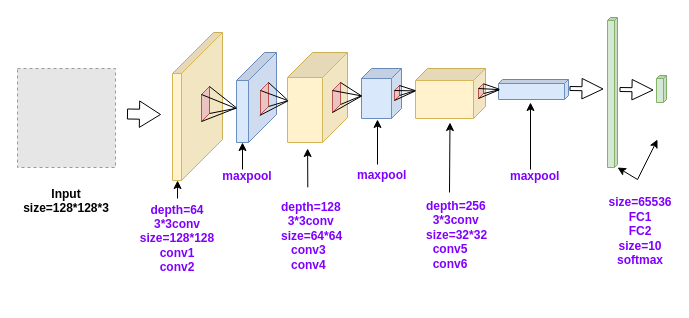
Above: cnn.drawio in ByronGe/ff (draw.io), before the change. Source tidied: cells renumbered, new cells numbered last; positions are measured from the earlier drawing's top-left corner, leaving out a move shared by most shapes. Both pictures are drawn from the tidied source at 100%, with x=0, y=0 at pixel (17, 17). Pictures stored in the file or linked from it are replaced by grey dashed boxes.
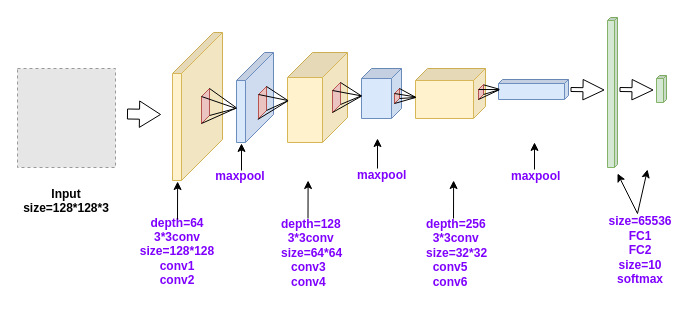
After the change.

The change refers to these unchanged cells:
```xml
<mxCell id="4" style="shape=cube;whiteSpace=wrap;html=1;boundedLbl=1;backgroundOutline=1;darkOpacity=0.05;darkOpacity2=0.1;fillColor=#fff2cc;strokeColor=#d6b656;size=25;direction=south;" parent="1" vertex="1">
  <mxGeometry x="270" y="35" width="60" height="90" as="geometry" />
</mxCell>
<mxCell id="6" style="shape=cube;whiteSpace=wrap;html=1;boundedLbl=1;backgroundOutline=1;darkOpacity=0.05;darkOpacity2=0.1;fillColor=#fff2cc;strokeColor=#d6b656;size=12;direction=south;" parent="1" vertex="1">
  <mxGeometry x="398" y="51" width="70" height="50" as="geometry" />
</mxCell>
```

What changed in the source:
```diff
@@
     <mxCell id="2" style="shape=cube;whiteSpace=wrap;html=1;boundedLbl=1;backgroundOutline=1;darkOpacity=0.05;darkOpacity2=0.1;fillColor=#dae8fc;strokeColor=#6c8ebf;size=28;direction=south;" parent="1" vertex="1">
-      <mxGeometry x="219" y="35" width="40" height="90" as="geometry" />
+      <mxGeometry x="219" y="35" width="37" height="90" as="geometry" />
     </mxCell>
@@
     <mxCell id="10" style="shape=cube;whiteSpace=wrap;html=1;boundedLbl=1;backgroundOutline=1;darkOpacity=0.05;darkOpacity2=0.1;fillColor=#f8cecc;strokeColor=#b85450;size=9;direction=south;" parent="1" vertex="1">
-      <mxGeometry x="184" y="69" width="8" height="35" as="geometry" />
+      <mxGeometry x="184" y="71" width="8" height="35" as="geometry" />
     </mxCell>
@@
     <mxCell id="15" style="shape=cube;whiteSpace=wrap;html=1;boundedLbl=1;backgroundOutline=1;darkOpacity=0.05;darkOpacity2=0.1;fillColor=#f8cecc;strokeColor=#b85450;size=9;direction=south;" parent="1" vertex="1">
-      <mxGeometry x="243" y="65" width="8" height="32" as="geometry" />
+      <mxGeometry x="241" y="69" width="8" height="32" as="geometry" />
     </mxCell>
-    <mxCell id="16" style="endArrow=none;html=1;exitX=0;exitY=0;exitDx=0;exitDy=0;exitPerimeter=0;entryX=0.523;entryY=1.008;entryDx=0;entryDy=0;entryPerimeter=0;" parent="1" edge="1" source="15" target="4">
+    <mxCell id="16" style="endArrow=none;html=1;exitX=0;exitY=0;exitDx=0;exitDy=0;exitPerimeter=0;entryX=0.534;entryY=0.993;entryDx=0;entryDy=0;entryPerimeter=0;" parent="1" edge="1" source="15" target="4">
       <mxGeometry relative="1" as="geometry" />
     </mxCell>
@@
     <mxCell id="25" style="shape=cube;whiteSpace=wrap;html=1;boundedLbl=1;backgroundOutline=1;darkOpacity=0.05;darkOpacity2=0.1;fillColor=#f8cecc;strokeColor=#b85450;size=9;direction=south;" parent="1" vertex="1">
-      <mxGeometry x="377" y="68" width="5" height="15" as="geometry" />
+      <mxGeometry x="377" y="71" width="5" height="15" as="geometry" />
     </mxCell>
-    <mxCell id="26" style="endArrow=none;html=1;exitX=0;exitY=0;exitDx=5;exitDy=5;exitPerimeter=0;entryX=0.548;entryY=1.011;entryDx=0;entryDy=0;entryPerimeter=0;" parent="1" edge="1" source="25">
+    <mxCell id="26" style="endArrow=none;html=1;exitX=0;exitY=0;exitDx=5;exitDy=5;exitPerimeter=0;entryX=0.584;entryY=0.999;entryDx=0;entryDy=0;entryPerimeter=0;" parent="1" edge="1" source="25">
       <mxGeometry relative="1" as="geometry">
-        <mxPoint x="397" y="73.4" as="targetPoint" />
+        <mxPoint x="397.9" y="79.4" as="targetPoint" />
       </mxGeometry>
     </mxCell>
-    <mxCell id="27" style="endArrow=none;html=1;exitX=0;exitY=0;exitDx=0;exitDy=0;exitPerimeter=0;entryX=0.545;entryY=0.999;entryDx=0;entryDy=0;entryPerimeter=0;" parent="1" edge="1" source="25">
-      <mxGeometry relative="1" as="geometry">
-        <mxPoint x="398" y="73.2" as="targetPoint" />
-      </mxGeometry>
+    <mxCell id="27" style="endArrow=none;html=1;exitX=0;exitY=0;exitDx=0;exitDy=0;exitPerimeter=0;entryX=0.578;entryY=0.996;entryDx=0;entryDy=0;entryPerimeter=0;" parent="1" edge="1" source="25" target="6">
+      <mxGeometry relative="1" as="geometry" />
     </mxCell>
-    <mxCell id="28" style="endArrow=none;html=1;exitX=0;exitY=0;exitDx=10;exitDy=0;exitPerimeter=0;entryX=0.545;entryY=1.003;entryDx=0;entryDy=0;entryPerimeter=0;" parent="1" edge="1" source="25">
+    <mxCell id="28" style="endArrow=none;html=1;exitX=0;exitY=0;exitDx=10;exitDy=0;exitPerimeter=0;" parent="1" edge="1" source="25">
       <mxGeometry relative="1" as="geometry">
-        <mxPoint x="397.7" y="73.2" as="targetPoint" />
+        <mxPoint x="398" y="80" as="targetPoint" />
       </mxGeometry>
     </mxCell>
-    <mxCell id="29" style="endArrow=none;html=1;exitX=0;exitY=0;exitDx=15;exitDy=5;exitPerimeter=0;entryX=0.553;entryY=1.008;entryDx=0;entryDy=0;entryPerimeter=0;" parent="1" edge="1" source="25">
+    <mxCell id="29" style="endArrow=none;html=1;exitX=0;exitY=0;exitDx=15;exitDy=5;exitPerimeter=0;" parent="1" edge="1" source="25">
       <mxGeometry relative="1" as="geometry">
-        <mxPoint x="397.3" y="73.7" as="targetPoint" />
+        <mxPoint x="398" y="80" as="targetPoint" />
       </mxGeometry>
     </mxCell>
     <mxCell id="30" style="shape=cube;whiteSpace=wrap;html=1;boundedLbl=1;backgroundOutline=1;darkOpacity=0.05;darkOpacity2=0.1;fillColor=#f8cecc;strokeColor=#b85450;size=9;direction=south;" parent="1" vertex="1">
-      <mxGeometry x="461" y="66" width="5" height="15" as="geometry" />
+      <mxGeometry x="461" y="67" width="5" height="15" as="geometry" />
     </mxCell>
@@
     <mxCell id="35" style="shape=flexArrow;endArrow=classic;html=1;endWidth=15.428571428571429;endSize=6.668571428571428;startWidth=15.428571428571429;startSize=6.668571428571428;width=4;" parent="1" edge="1">
       <mxGeometry relative="1" as="geometry">
-        <mxPoint x="552" y="71" as="sourcePoint" />
-        <mxPoint x="586" y="71.5" as="targetPoint" />
+        <mxPoint x="553" y="72" as="sourcePoint" />
+        <mxPoint x="587" y="72.5" as="targetPoint" />
       </mxGeometry>
     </mxCell>
@@
     <mxCell id="37" value="&lt;font color=&quot;#7f00ff&quot;&gt;&lt;b&gt;depth=64&lt;br&gt;3*3conv&lt;br&gt;size=128*128&lt;br&gt;conv1&lt;br&gt;conv2&lt;/b&gt;&lt;/font&gt;&lt;br&gt;" style="text;html=1;strokeColor=none;fillColor=none;align=center;verticalAlign=middle;whiteSpace=wrap;rounded=0;" parent="1" vertex="1">
-      <mxGeometry x="140" y="211" width="40" height="20" as="geometry" />
+      <mxGeometry x="140" y="224" width="40" height="20" as="geometry" />
     </mxCell>
     <mxCell id="38" value="&lt;font color=&quot;#7f00ff&quot;&gt;&lt;b&gt;maxpool&lt;br&gt;&lt;/b&gt;&lt;/font&gt;&lt;br&gt;" style="text;html=1;strokeColor=none;fillColor=none;align=center;verticalAlign=middle;whiteSpace=wrap;rounded=0;" parent="1" vertex="1">
-      <mxGeometry x="210" y="156" width="40" height="20" as="geometry" />
+      <mxGeometry x="203" y="156" width="40" height="20" as="geometry" />
     </mxCell>
     <mxCell id="39" value="&lt;font color=&quot;#7f00ff&quot;&gt;&lt;b&gt;depth=128&lt;br&gt;&amp;nbsp; 3*3conv&lt;br&gt;size=64*64&lt;br&gt;&amp;nbsp; &amp;nbsp;conv3&lt;br&gt;&amp;nbsp; &amp;nbsp;conv4&lt;/b&gt;&lt;/font&gt;" style="text;html=1;" parent="1" vertex="1">
-      <mxGeometry x="262" y="176" width="50" height="70" as="geometry" />
+      <mxGeometry x="262" y="193" width="50" height="70" as="geometry" />
     </mxCell>
@@
     <mxCell id="41" value="&lt;font color=&quot;#7f00ff&quot;&gt;&lt;b&gt;depth=256&lt;br&gt;&amp;nbsp; 3*3conv&lt;br&gt;size=32*32&lt;br&gt;&amp;nbsp; conv5&lt;br&gt;&amp;nbsp; conv6&lt;/b&gt;&lt;/font&gt;" style="text;html=1;" parent="1" vertex="1">
-      <mxGeometry x="407" y="175" width="50" height="70" as="geometry" />
+      <mxGeometry x="407" y="193" width="50" height="70" as="geometry" />
     </mxCell>
     <mxCell id="42" value="&lt;font color=&quot;#7f00ff&quot;&gt;&lt;b&gt;maxpool&lt;/b&gt;&lt;/font&gt;&lt;br&gt;" style="text;html=1;" parent="1" vertex="1">
-      <mxGeometry x="491" y="145" width="50" height="70" as="geometry" />
+      <mxGeometry x="492" y="145" width="50" height="70" as="geometry" />
     </mxCell>
     <mxCell id="43" value="&lt;font color=&quot;#7f00ff&quot;&gt;&lt;b&gt;size=65536&lt;br&gt;FC1&lt;br&gt;FC2&lt;br&gt;size=10&lt;br&gt;softmax&lt;br&gt;&lt;/b&gt;&lt;/font&gt;&lt;br&gt;" style="text;html=1;strokeColor=none;fillColor=none;align=center;verticalAlign=middle;whiteSpace=wrap;rounded=0;direction=south;" parent="1" vertex="1">
-      <mxGeometry x="613" y="201" width="20" height="40" as="geometry" />
+      <mxGeometry x="613" y="220" width="20" height="40" as="geometry" />
     </mxCell>
@@
-    <mxCell id="47" style="endArrow=classic;html=1;entryX=0;entryY=0;entryDx=90;entryDy=34;entryPerimeter=0;" parent="1" edge="1" target="2">
+    <mxCell id="47" style="endArrow=classic;html=1;entryX=0;entryY=0;entryDx=90;entryDy=34;entryPerimeter=0;" parent="1" edge="1">
       <mxGeometry relative="1" as="geometry">
-        <mxPoint x="225" y="152" as="sourcePoint" />
+        <mxPoint x="224" y="153" as="sourcePoint" />
+        <mxPoint x="224" y="125.9" as="targetPoint" />
       </mxGeometry>
     </mxCell>
     <mxCell id="48" style="endArrow=classic;html=1;" parent="1" edge="1">
       <mxGeometry relative="1" as="geometry">
-        <mxPoint x="360" y="147" as="sourcePoint" />
-        <mxPoint x="360" y="102" as="targetPoint" />
+        <mxPoint x="360" y="151" as="sourcePoint" />
+        <mxPoint x="360" y="121" as="targetPoint" />
       </mxGeometry>
     </mxCell>
-    <mxCell id="49" style="endArrow=classic;html=1;" parent="1" edge="1">
-      <mxGeometry relative="1" as="geometry">
-        <mxPoint x="513" y="152" as="sourcePoint" />
-        <mxPoint x="513" y="85" as="targetPoint" />
-      </mxGeometry>
-    </mxCell>
-    <mxCell id="50" style="endArrow=classic;html=1;entryX=0;entryY=0;entryDx=90;entryDy=34;entryPerimeter=0;exitX=0.403;exitY=0.157;exitDx=0;exitDy=0;exitPerimeter=0;" parent="1" edge="1">
-      <mxGeometry relative="1" as="geometry">
-        <mxPoint x="290.3" y="169.9" as="sourcePoint" />
-        <mxPoint x="290.1" y="131" as="targetPoint" />
-      </mxGeometry>
-    </mxCell>
-    <mxCell id="51" style="endArrow=classic;html=1;exitX=0.5;exitY=0;exitDx=0;exitDy=0;" parent="1" edge="1" source="41">
-      <mxGeometry relative="1" as="geometry">
-        <mxPoint x="432.5" y="105" as="targetPoint" />
-      </mxGeometry>
-    </mxCell>
     <mxCell id="52" style="endArrow=classic;html=1;entryX=0;entryY=0;entryDx=90;entryDy=34;entryPerimeter=0;" parent="1" edge="1">
       <mxGeometry relative="1" as="geometry">
-        <mxPoint x="160" y="181" as="sourcePoint" />
-        <mxPoint x="160.1" y="163" as="targetPoint" />
+        <mxPoint x="160" y="202" as="sourcePoint" />
+        <mxPoint x="160.1" y="164" as="targetPoint" />
       </mxGeometry>
     </mxCell>
     <mxCell id="53" style="endArrow=classic;html=1;" parent="1" edge="1">
       <mxGeometry relative="1" as="geometry">
-        <mxPoint x="620" y="162" as="sourcePoint" />
-        <mxPoint x="640" y="122" as="targetPoint" />
+        <mxPoint x="620" y="196" as="sourcePoint" />
+        <mxPoint x="630" y="152" as="targetPoint" />
       </mxGeometry>
     </mxCell>
     <mxCell id="54" style="endArrow=classic;html=1;" parent="1" edge="1">
       <mxGeometry relative="1" as="geometry">
-        <mxPoint x="620" y="162" as="sourcePoint" />
-        <mxPoint x="600" y="150" as="targetPoint" />
+        <mxPoint x="620" y="196" as="sourcePoint" />
+        <mxPoint x="600" y="156" as="targetPoint" />
       </mxGeometry>
     </mxCell>
+    <mxCell id="55" style="endArrow=classic;html=1;entryX=0;entryY=0;entryDx=90;entryDy=34;entryPerimeter=0;" parent="1" edge="1">
+      <mxGeometry relative="1" as="geometry">
+        <mxPoint x="517" y="152" as="sourcePoint" />
+        <mxPoint x="517" y="124.9" as="targetPoint" />
+      </mxGeometry>
+    </mxCell>
+    <mxCell id="56" style="endArrow=classic;html=1;entryX=0;entryY=0;entryDx=90;entryDy=34;entryPerimeter=0;" parent="1" edge="1">
+      <mxGeometry relative="1" as="geometry">
+        <mxPoint x="290.5" y="201" as="sourcePoint" />
+        <mxPoint x="290.6" y="163" as="targetPoint" />
+      </mxGeometry>
+    </mxCell>
+    <mxCell id="57" style="endArrow=classic;html=1;entryX=0;entryY=0;entryDx=90;entryDy=34;entryPerimeter=0;" parent="1" edge="1">
+      <mxGeometry relative="1" as="geometry">
+        <mxPoint x="436" y="201" as="sourcePoint" />
+        <mxPoint x="436.1" y="163" as="targetPoint" />
+      </mxGeometry>
+    </mxCell>
```
